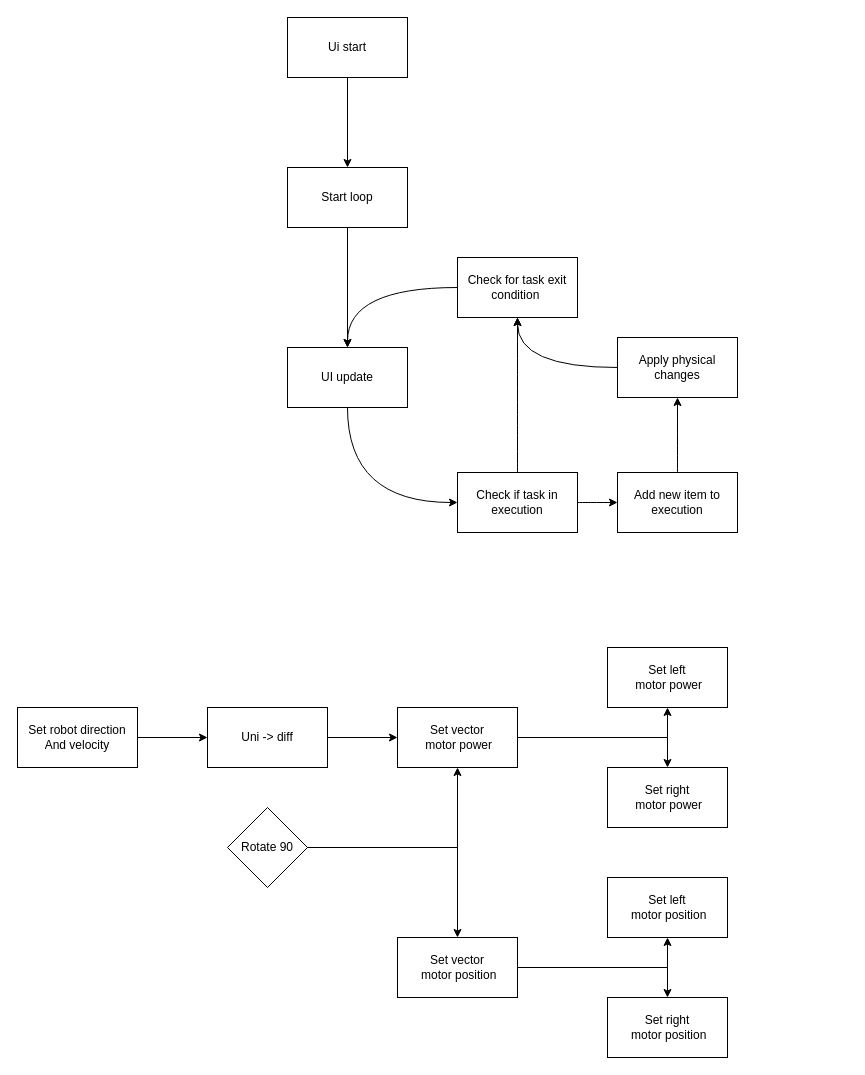
haakonsmith/201901312-FTC keeps this draw.io diagram as page "Main" (1 of 3) of Docs/Robot relationship.drawio. Above is the earlier version. Source tidied: cells renumbered, new cells numbered last; positions are measured from the earlier drawing's top-left corner, leaving out a move shared by most shapes. Both pictures are drawn from the tidied source at 100%, with x=0, y=0 at pixel (17, 17).
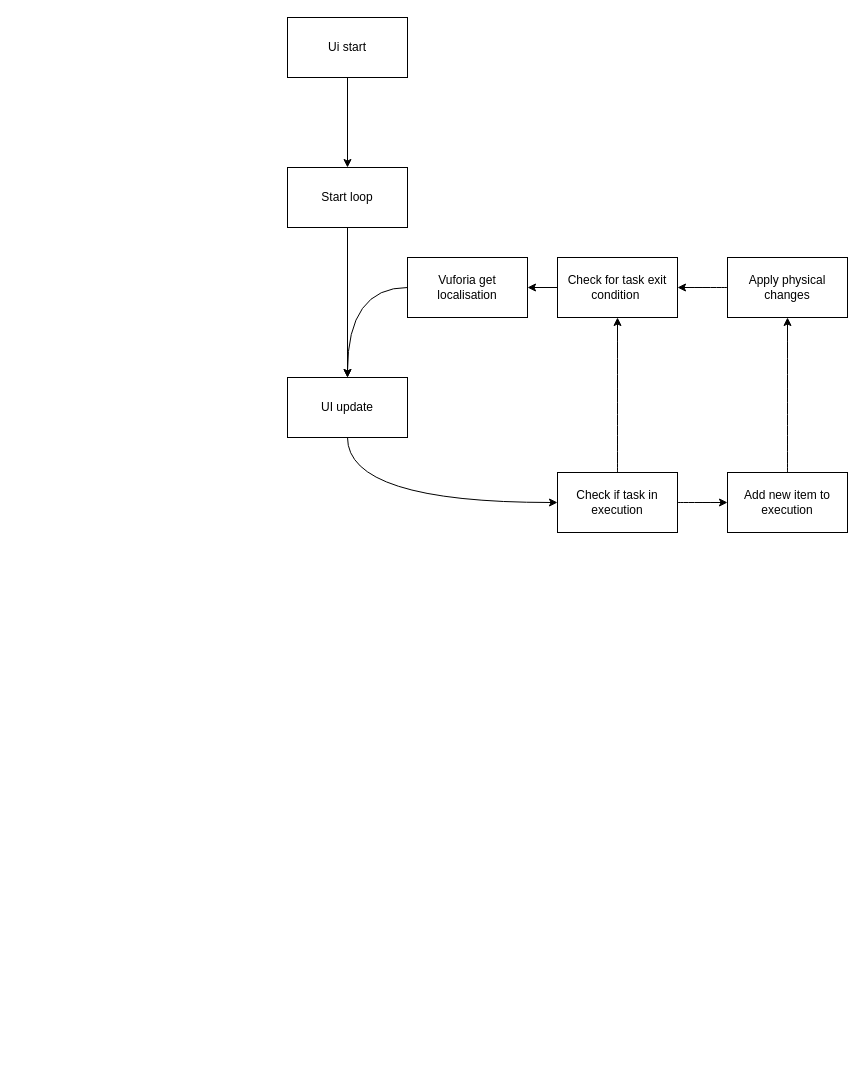
The same page after the edit.

What changed in the source:
```diff
@@
     <mxCell id="7" value="UI update" style="rounded=0;whiteSpace=wrap;html=1;" parent="1" vertex="1">
-      <mxGeometry x="270" y="330" width="120" height="60" as="geometry" />
+      <mxGeometry x="270" y="360" width="120" height="60" as="geometry" />
     </mxCell>
-    <mxCell id="8" style="edgeStyle=orthogonalEdgeStyle;curved=1;rounded=0;jettySize=auto;html=1;exitX=0;exitY=0.5;exitDx=0;exitDy=0;entryX=0.5;entryY=0;entryDx=0;entryDy=0;" parent="1" edge="1" source="9" target="7">
+    <mxCell id="8" style="edgeStyle=orthogonalEdgeStyle;curved=1;rounded=0;jettySize=auto;html=1;exitX=0;exitY=0.5;exitDx=0;exitDy=0;entryX=0.5;entryY=0;entryDx=0;entryDy=0;" parent="1" edge="1" source="35" target="7">
       <mxGeometry relative="1" as="geometry" />
     </mxCell>
+    <mxCell id="34" style="edgeStyle=orthogonalEdgeStyle;rounded=0;jettySize=auto;html=1;entryX=1;entryY=0.5;entryDx=0;entryDy=0;" parent="1" edge="1" source="9" target="35">
+      <mxGeometry relative="1" as="geometry" />
+    </mxCell>
     <mxCell id="9" value="Check for task exit condition&amp;nbsp;" style="rounded=0;whiteSpace=wrap;html=1;" parent="1" vertex="1">
-      <mxGeometry x="440" y="240" width="120" height="60" as="geometry" />
+      <mxGeometry x="540" y="240" width="120" height="60" as="geometry" />
     </mxCell>
@@
     <mxCell id="11" value="Add new item to execution" style="rounded=0;whiteSpace=wrap;html=1;" parent="1" vertex="1">
-      <mxGeometry x="600" y="455" width="120" height="60" as="geometry" />
+      <mxGeometry x="710" y="455" width="120" height="60" as="geometry" />
     </mxCell>
-    <mxCell id="12" style="edgeStyle=orthogonalEdgeStyle;curved=1;rounded=0;jettySize=auto;html=1;exitX=0;exitY=0.5;exitDx=0;exitDy=0;entryX=0.5;entryY=1;entryDx=0;entryDy=0;" parent="1" edge="1" source="13" target="9">
+    <mxCell id="12" style="edgeStyle=orthogonalEdgeStyle;curved=1;rounded=0;jettySize=auto;html=1;exitX=0;exitY=0.5;exitDx=0;exitDy=0;entryX=1;entryY=0.5;entryDx=0;entryDy=0;" parent="1" edge="1" source="13" target="9">
       <mxGeometry relative="1" as="geometry" />
     </mxCell>
     <mxCell id="13" value="Apply physical changes" style="rounded=0;whiteSpace=wrap;html=1;" parent="1" vertex="1">
-      <mxGeometry x="600" y="320" width="120" height="60" as="geometry" />
+      <mxGeometry x="710" y="240" width="120" height="60" as="geometry" />
     </mxCell>
@@
     <mxCell id="16" value="Check if task in execution" style="rounded=0;whiteSpace=wrap;html=1;" parent="1" vertex="1">
-      <mxGeometry x="440" y="455" width="120" height="60" as="geometry" />
+      <mxGeometry x="540" y="455" width="120" height="60" as="geometry" />
     </mxCell>
-    <mxCell id="17" value="Set left&lt;br&gt;&amp;nbsp;motor power" style="rounded=0;whiteSpace=wrap;html=1;" parent="1" vertex="1">
-      <mxGeometry x="590" y="630" width="120" height="60" as="geometry" />
-    </mxCell>
-    <mxCell id="18" value="Set right&lt;br&gt;&amp;nbsp;motor power" style="rounded=0;whiteSpace=wrap;html=1;" parent="1" vertex="1">
-      <mxGeometry x="590" y="750" width="120" height="60" as="geometry" />
-    </mxCell>
-    <mxCell id="19" style="edgeStyle=orthogonalEdgeStyle;rounded=0;jettySize=auto;html=1;entryX=0.5;entryY=0;entryDx=0;entryDy=0;" parent="1" edge="1" source="21" target="18">
-      <mxGeometry relative="1" as="geometry" />
-    </mxCell>
-    <mxCell id="20" style="edgeStyle=orthogonalEdgeStyle;rounded=0;jettySize=auto;html=1;entryX=0.5;entryY=1;entryDx=0;entryDy=0;" parent="1" edge="1" source="21" target="17">
-      <mxGeometry relative="1" as="geometry" />
-    </mxCell>
-    <mxCell id="21" value="Set vector&lt;br&gt;&amp;nbsp;motor power" style="rounded=0;whiteSpace=wrap;html=1;" parent="1" vertex="1">
-      <mxGeometry x="380" y="690" width="120" height="60" as="geometry" />
-    </mxCell>
-    <mxCell id="22" style="edgeStyle=orthogonalEdgeStyle;rounded=0;jettySize=auto;html=1;" parent="1" edge="1" source="23" target="25">
-      <mxGeometry relative="1" as="geometry" />
-    </mxCell>
-    <mxCell id="23" value="Set robot direction&lt;br&gt;And velocity" style="rounded=0;whiteSpace=wrap;html=1;" parent="1" vertex="1">
-      <mxGeometry y="690" width="120" height="60" as="geometry" />
-    </mxCell>
-    <mxCell id="24" style="edgeStyle=orthogonalEdgeStyle;rounded=0;jettySize=auto;html=1;" parent="1" edge="1" source="25" target="21">
-      <mxGeometry relative="1" as="geometry" />
-    </mxCell>
-    <mxCell id="25" value="Uni -&amp;gt; diff" style="rounded=0;whiteSpace=wrap;html=1;" parent="1" vertex="1">
-      <mxGeometry x="190" y="690" width="120" height="60" as="geometry" />
-    </mxCell>
-    <mxCell id="26" style="edgeStyle=orthogonalEdgeStyle;rounded=0;jettySize=auto;html=1;entryX=0.5;entryY=1;entryDx=0;entryDy=0;" parent="1" edge="1" source="28" target="21">
-      <mxGeometry relative="1" as="geometry" />
-    </mxCell>
-    <mxCell id="27" style="edgeStyle=orthogonalEdgeStyle;rounded=0;jettySize=auto;html=1;" parent="1" edge="1" source="28" target="33">
-      <mxGeometry relative="1" as="geometry" />
-    </mxCell>
-    <mxCell id="28" value="Rotate 90" style="rhombus;whiteSpace=wrap;html=1;" parent="1" vertex="1">
-      <mxGeometry x="210" y="790" width="80" height="80" as="geometry" />
-    </mxCell>
-    <mxCell id="29" value="Set left&lt;br&gt;&amp;nbsp;motor position" style="rounded=0;whiteSpace=wrap;html=1;" parent="1" vertex="1">
-      <mxGeometry x="590" y="860" width="120" height="60" as="geometry" />
-    </mxCell>
-    <mxCell id="30" value="Set right&lt;br&gt;&amp;nbsp;motor position" style="rounded=0;whiteSpace=wrap;html=1;" parent="1" vertex="1">
-      <mxGeometry x="590" y="980" width="120" height="60" as="geometry" />
-    </mxCell>
-    <mxCell id="31" style="edgeStyle=orthogonalEdgeStyle;rounded=0;jettySize=auto;html=1;entryX=0.5;entryY=1;entryDx=0;entryDy=0;" parent="1" edge="1" source="33" target="29">
-      <mxGeometry relative="1" as="geometry" />
-    </mxCell>
-    <mxCell id="32" style="edgeStyle=orthogonalEdgeStyle;rounded=0;jettySize=auto;html=1;entryX=0.5;entryY=0;entryDx=0;entryDy=0;" parent="1" edge="1" source="33" target="30">
-      <mxGeometry relative="1" as="geometry" />
-    </mxCell>
-    <mxCell id="33" value="Set vector&lt;br&gt;&amp;nbsp;motor position" style="rounded=0;whiteSpace=wrap;html=1;" parent="1" vertex="1">
-      <mxGeometry x="380" y="920" width="120" height="60" as="geometry" />
-    </mxCell>
+    <mxCell id="35" value="Vuforia get localisation" style="rounded=0;whiteSpace=wrap;html=1;" parent="1" vertex="1">
+      <mxGeometry x="390" y="240" width="120" height="60" as="geometry" />
+    </mxCell>
```
